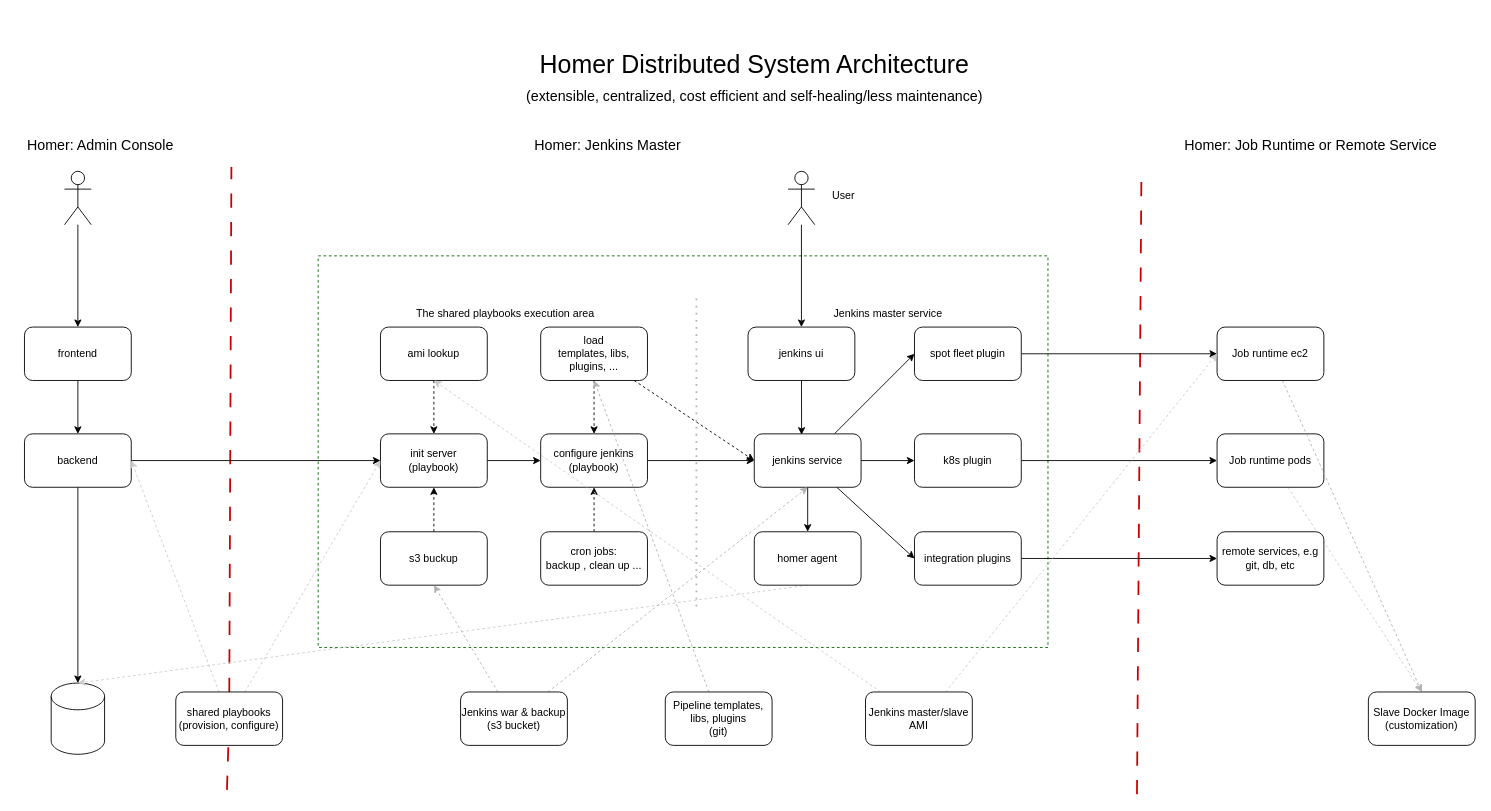
This is homer_distributed_system.drawio from jiangtao7/draw.io, a draw.io file, before an edit. Source tidied: cells renumbered, new cells numbered last; positions are measured from the earlier drawing's top-left corner, leaving out a move shared by most shapes. Both pictures are drawn from the tidied source at 89%, with x=0, y=0 at pixel (15, 42).
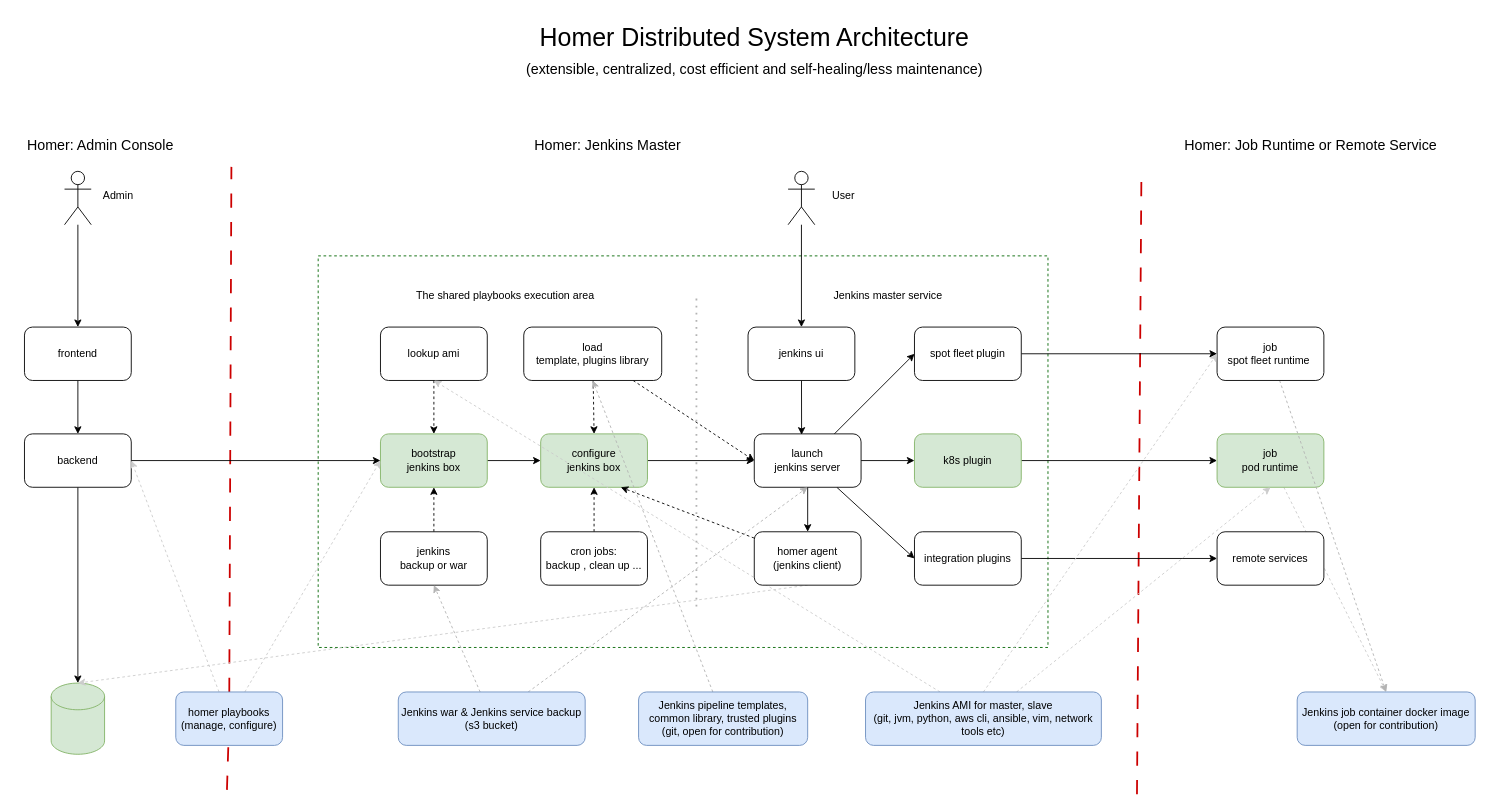
Above is the later version.

Change to the diagram source:
```diff
@@
-    <mxCell id="10" style="shape=cylinder3;whiteSpace=wrap;html=1;boundedLbl=1;backgroundOutline=1;size=15;" parent="1" vertex="1">
+    <mxCell id="10" style="shape=cylinder3;whiteSpace=wrap;html=1;boundedLbl=1;backgroundOutline=1;size=15;fillColor=#d5e8d4;strokeColor=#82b366;" parent="1" vertex="1">
       <mxGeometry x="40" y="720" width="60" height="80" as="geometry" />
     </mxCell>
@@
-    <mxCell id="12" value="init server&lt;br&gt;(playbook)" style="rounded=1;whiteSpace=wrap;html=1;" parent="1" vertex="1">
+    <mxCell id="12" value="bootstrap &lt;br&gt;jenkins box" style="rounded=1;whiteSpace=wrap;html=1;fillColor=#d5e8d4;strokeColor=#82b366;" parent="1" vertex="1">
       <mxGeometry x="410" y="440" width="120" height="60" as="geometry" />
     </mxCell>
@@
-    <mxCell id="14" value="configure jenkins&lt;br&gt;(playbook)" style="rounded=1;whiteSpace=wrap;html=1;" parent="1" vertex="1">
+    <mxCell id="14" value="configure &lt;br&gt;jenkins box" style="rounded=1;whiteSpace=wrap;html=1;fillColor=#d5e8d4;strokeColor=#82b366;" parent="1" vertex="1">
       <mxGeometry x="590" y="440" width="120" height="60" as="geometry" />
     </mxCell>
@@
-    <mxCell id="19" value="jenkins service" style="rounded=1;whiteSpace=wrap;html=1;" parent="1" vertex="1">
+    <mxCell id="19" value="launch &lt;br&gt;jenkins server" style="rounded=1;whiteSpace=wrap;html=1;" parent="1" vertex="1">
       <mxGeometry x="830" y="440" width="120" height="60" as="geometry" />
     </mxCell>
@@
-    <mxCell id="24" value="load &lt;br&gt;templates, libs, plugins, ..." style="rounded=1;whiteSpace=wrap;html=1;" parent="1" vertex="1">
-      <mxGeometry x="590" y="320" width="120" height="60" as="geometry" />
+    <mxCell id="24" value="load &lt;br&gt;template, plugins library" style="rounded=1;whiteSpace=wrap;html=1;" parent="1" vertex="1">
+      <mxGeometry x="571" y="320" width="155" height="60" as="geometry" />
     </mxCell>
@@
-    <mxCell id="26" value="ami lookup" style="rounded=1;whiteSpace=wrap;html=1;" parent="1" vertex="1">
+    <mxCell id="26" value="lookup ami" style="rounded=1;whiteSpace=wrap;html=1;" parent="1" vertex="1">
       <mxGeometry x="410" y="320" width="120" height="60" as="geometry" />
     </mxCell>
@@
-    <mxCell id="28" value="s3 buckup" style="rounded=1;whiteSpace=wrap;html=1;" parent="1" vertex="1">
+    <mxCell id="28" value="jenkins &lt;br&gt;backup or war" style="rounded=1;whiteSpace=wrap;html=1;" parent="1" vertex="1">
       <mxGeometry x="410" y="550" width="120" height="60" as="geometry" />
     </mxCell>
@@
-    <mxCell id="34" value="k8s plugin" style="rounded=1;whiteSpace=wrap;html=1;" parent="1" vertex="1">
+    <mxCell id="34" value="k8s plugin" style="rounded=1;whiteSpace=wrap;html=1;fillColor=#d5e8d4;strokeColor=#82b366;" parent="1" vertex="1">
       <mxGeometry x="1010" y="440" width="120" height="60" as="geometry" />
     </mxCell>
@@
-    <mxCell id="38" value="Job runtime pods" style="rounded=1;whiteSpace=wrap;html=1;" parent="1" vertex="1">
+    <mxCell id="38" value="job&lt;br&gt;pod runtime" style="rounded=1;whiteSpace=wrap;html=1;fillColor=#d5e8d4;strokeColor=#82b366;" parent="1" vertex="1">
       <mxGeometry x="1350" y="440" width="120" height="60" as="geometry" />
     </mxCell>
@@
-    <mxCell id="40" value="Job runtime ec2" style="rounded=1;whiteSpace=wrap;html=1;" parent="1" vertex="1">
+    <mxCell id="40" value="job &lt;br&gt;spot fleet runtime&amp;nbsp;" style="rounded=1;whiteSpace=wrap;html=1;" parent="1" vertex="1">
       <mxGeometry x="1350" y="320" width="120" height="60" as="geometry" />
     </mxCell>
-    <mxCell id="41" value="remote services, e.g git, db, etc" style="rounded=1;whiteSpace=wrap;html=1;" parent="1" vertex="1">
+    <mxCell id="41" value="remote services" style="rounded=1;whiteSpace=wrap;html=1;" parent="1" vertex="1">
       <mxGeometry x="1350" y="550" width="120" height="60" as="geometry" />
     </mxCell>
@@
-    <mxCell id="45" style="edgeStyle=none;rounded=0;jettySize=auto;html=1;entryX=0;entryY=0.5;entryDx=0;entryDy=0;exitX=0.75;exitY=0;exitDx=0;exitDy=0;dashed=1;strokeColor=#CCCCCC;" parent="1" edge="1" source="46" target="40">
+    <mxCell id="45" style="edgeStyle=none;rounded=0;jettySize=auto;html=1;entryX=0;entryY=0.5;entryDx=0;entryDy=0;exitX=0.5;exitY=0;exitDx=0;exitDy=0;dashed=1;strokeColor=#CCCCCC;" parent="1" edge="1" source="46" target="40">
       <mxGeometry relative="1" as="geometry" />
     </mxCell>
+    <mxCell id="69" style="edgeStyle=none;rounded=0;jettySize=auto;html=1;entryX=0.5;entryY=1;entryDx=0;entryDy=0;dashed=1;strokeColor=#CCCCCC;" parent="1" edge="1" source="46" target="38">
+      <mxGeometry relative="1" as="geometry" />
+    </mxCell>
-    <mxCell id="46" value="Jenkins master/slave AMI" style="rounded=1;whiteSpace=wrap;html=1;" parent="1" vertex="1">
-      <mxGeometry x="955" y="730" width="120" height="60" as="geometry" />
+    <mxCell id="46" value="Jenkins AMI for master, slave&lt;br&gt;(git, jvm, python, aws cli, ansible, vim, network tools etc)" style="rounded=1;whiteSpace=wrap;html=1;fillColor=#dae8fc;strokeColor=#6c8ebf;" parent="1" vertex="1">
+      <mxGeometry x="955" y="730" width="265" height="60" as="geometry" />
     </mxCell>
-    <mxCell id="47" value="Slave Docker Image&lt;br&gt;(customization)" style="rounded=1;whiteSpace=wrap;html=1;" parent="1" vertex="1">
-      <mxGeometry x="1520" y="730" width="120" height="60" as="geometry" />
+    <mxCell id="47" value="Jenkins job container docker image (open for contribution)" style="rounded=1;whiteSpace=wrap;html=1;fillColor=#dae8fc;strokeColor=#6c8ebf;" parent="1" vertex="1">
+      <mxGeometry x="1440" y="730" width="200" height="60" as="geometry" />
     </mxCell>
@@
     <mxCell id="52" value="Jenkins master service" style="text;html=1;align=center;verticalAlign=middle;strokeColor=none;fillColor=none;" parent="1" vertex="1">
-      <mxGeometry x="905" y="290" width="150" height="30" as="geometry" />
+      <mxGeometry x="905" y="270" width="150" height="30" as="geometry" />
     </mxCell>
@@
+    <mxCell id="70" style="edgeStyle=none;rounded=0;jettySize=auto;html=1;entryX=0.75;entryY=1;entryDx=0;entryDy=0;dashed=1;" parent="1" edge="1" source="56" target="14">
+      <mxGeometry relative="1" as="geometry" />
+    </mxCell>
-    <mxCell id="56" value="homer agent" style="rounded=1;whiteSpace=wrap;html=1;" parent="1" vertex="1">
+    <mxCell id="56" value="homer agent&lt;br&gt;(jenkins client)" style="rounded=1;whiteSpace=wrap;html=1;" parent="1" vertex="1">
       <mxGeometry x="830" y="550" width="120" height="60" as="geometry" />
     </mxCell>
@@
     <mxCell id="58" value="The shared playbooks execution area" style="text;html=1;align=center;verticalAlign=middle;strokeColor=none;fillColor=none;" parent="1" vertex="1">
-      <mxGeometry x="440" y="290" width="220" height="30" as="geometry" />
+      <mxGeometry x="440" y="270" width="220" height="30" as="geometry" />
     </mxCell>
@@
     <mxCell id="61" value="&lt;font style=&quot;font-size: 28px;&quot;&gt;Homer Distributed System Architecture &lt;br&gt;&lt;/font&gt;&lt;font style=&quot;font-size: 16px;&quot;&gt;(extensible, centralized, cost efficient and self-healing/less maintenance)&lt;/font&gt;" style="text;html=1;align=center;verticalAlign=middle;strokeColor=none;fillColor=none;fontSize=25;" parent="1" vertex="1">
-      <mxGeometry x="560" width="540" height="80" as="geometry" />
+      <mxGeometry x="560" y="-30" width="540" height="80" as="geometry" />
     </mxCell>
@@
-    <mxCell id="64" value="Jenkins war &amp;amp; backup&lt;br&gt;(s3 bucket)" style="rounded=1;whiteSpace=wrap;html=1;" parent="1" vertex="1">
-      <mxGeometry x="500" y="730" width="120" height="60" as="geometry" />
+    <mxCell id="64" value="Jenkins war &amp;amp; Jenkins service backup&lt;br&gt;(s3 bucket)" style="rounded=1;whiteSpace=wrap;html=1;fillColor=#dae8fc;strokeColor=#6c8ebf;" parent="1" vertex="1">
+      <mxGeometry x="430" y="730" width="210" height="60" as="geometry" />
     </mxCell>
@@
-    <mxCell id="66" value="shared playbooks&lt;br&gt;(provision, configure)" style="rounded=1;whiteSpace=wrap;html=1;" parent="1" vertex="1">
+    <mxCell id="66" value="homer playbooks&lt;br&gt;(manage, configure)" style="rounded=1;whiteSpace=wrap;html=1;fillColor=#dae8fc;strokeColor=#6c8ebf;" parent="1" vertex="1">
       <mxGeometry x="180" y="730" width="120" height="60" as="geometry" />
     </mxCell>
@@
-    <mxCell id="68" value="Pipeline templates, libs, plugins&lt;br&gt;(git)" style="rounded=1;whiteSpace=wrap;html=1;" parent="1" vertex="1">
-      <mxGeometry x="730" y="730" width="120" height="60" as="geometry" />
+    <mxCell id="68" value="Jenkins pipeline templates, common library, trusted plugins&lt;br&gt;(git, open for contribution)" style="rounded=1;whiteSpace=wrap;html=1;fillColor=#dae8fc;strokeColor=#6c8ebf;" parent="1" vertex="1">
+      <mxGeometry x="700" y="730" width="190" height="60" as="geometry" />
     </mxCell>
+    <mxCell id="71" value="Admin" style="text;html=1;align=center;verticalAlign=middle;strokeColor=none;fillColor=none;" parent="1" vertex="1">
+      <mxGeometry x="85" y="158" width="60" height="30" as="geometry" />
+    </mxCell>
```
